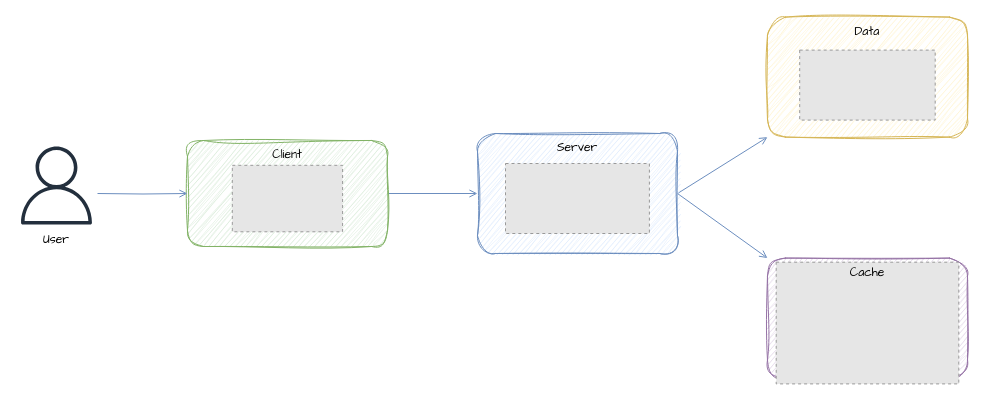
Earlier version of the draw.io diagram page "Architecture" (1 of 3) of design/system_design.drawio (khanhnq1406/Personal_Financial_Management). Source tidied: cells renumbered, new cells numbered last; positions are measured from the earlier drawing's top-left corner, leaving out a move shared by most shapes. Both pictures are drawn from the tidied source at 100%, with x=0, y=0 at pixel (17, 17). Pictures stored in the file or linked from it are replaced by grey dashed boxes.
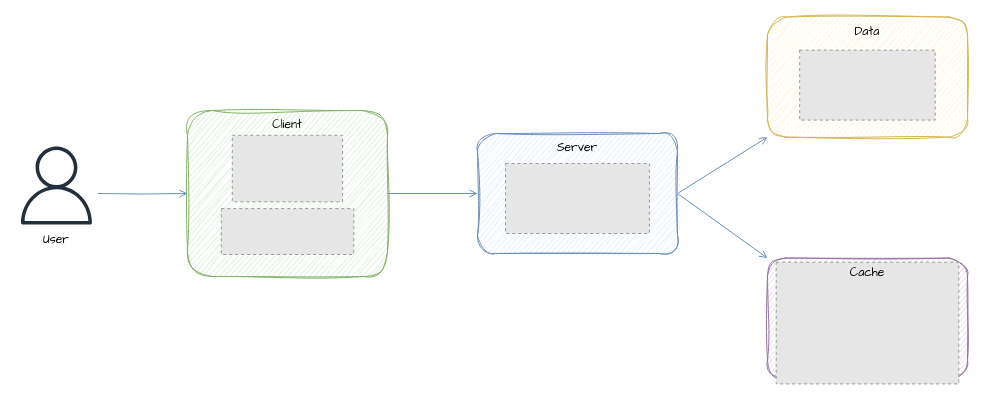
Above is the later version.

The edit, as a diff of the source:
```diff
@@
     <mxCell id="6" style="rounded=1;whiteSpace=wrap;html=1;fillColor=#d5e8d4;strokeColor=#82b366;sketch=1;curveFitting=1;jiggle=2;" parent="1" vertex="1">
-      <mxGeometry x="170" y="123" width="200" height="106" as="geometry" />
+      <mxGeometry x="170" y="93" width="200" height="166" as="geometry" />
     </mxCell>
     <mxCell id="7" value="Client" style="text;html=1;align=center;verticalAlign=middle;whiteSpace=wrap;rounded=0;fontFamily=Comic Sans MS;" parent="1" vertex="1">
-      <mxGeometry x="240" y="123" width="60" height="30" as="geometry" />
+      <mxGeometry x="240" y="93" width="60" height="30" as="geometry" />
     </mxCell>
     <mxCell id="8" style="fillColor=#E6E6E6;strokeColor=#999999;dashed=1;verticalLabelPosition=bottom;labelBackgroundColor=default;verticalAlign=top;" parent="1" vertex="1">
-      <mxGeometry x="214.8" y="147.8" width="110.3" height="66.5" as="geometry" />
+      <mxGeometry x="214.8" y="117.8" width="110.3" height="66.5" as="geometry" />
     </mxCell>
@@
+    <mxCell id="21" style="fillColor=#E6E6E6;strokeColor=#999999;dashed=1;verticalLabelPosition=bottom;labelBackgroundColor=default;verticalAlign=top;" parent="1" vertex="1">
+      <mxGeometry x="203.8" y="191.1" width="132.5" height="45.9" as="geometry" />
+    </mxCell>
```
